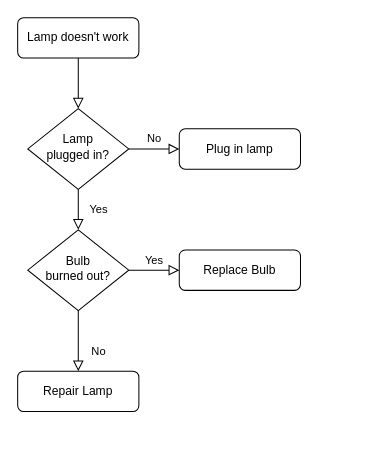
This is Untitled Diagram.drawio from dncarpenter/RockiesLandisCode, a draw.io file, before an edit. Source tidied: cells renumbered, new cells numbered last; positions are measured from the earlier drawing's top-left corner, leaving out a move shared by most shapes. Both pictures are drawn from the tidied source at 101%, with x=0, y=0 at pixel (17, 17).
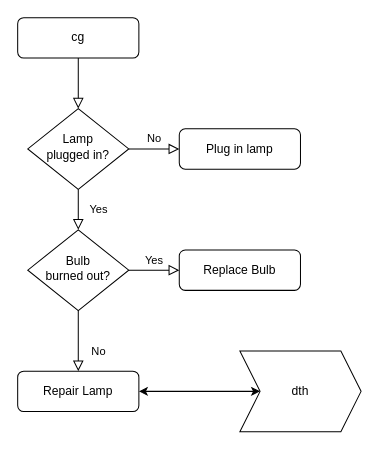
After the change.

Change to the diagram source:
```diff
@@
 <mxGraphModel>
   <root>
     <mxCell id="0" />
     <mxCell id="1" parent="0" />
     <mxCell id="2" style="rounded=0;html=1;jettySize=auto;fontSize=11;endArrow=block;endFill=0;endSize=8;strokeWidth=1;shadow=0;labelBackgroundColor=none;edgeStyle=orthogonalEdgeStyle;" parent="1" edge="1" source="3" target="6">
       <mxGeometry relative="1" as="geometry" />
     </mxCell>
-    <mxCell id="3" value="Lamp doesn't work" style="rounded=1;whiteSpace=wrap;html=1;fontSize=12;glass=0;strokeWidth=1;shadow=0;" parent="1" vertex="1">
+    <mxCell id="3" value="cg" style="rounded=1;whiteSpace=wrap;html=1;fontSize=12;glass=0;strokeWidth=1;shadow=0;" parent="1" vertex="1">
       <mxGeometry width="120" height="40" as="geometry" />
     </mxCell>
     <mxCell id="4" value="Yes" style="rounded=0;html=1;jettySize=auto;fontSize=11;endArrow=block;endFill=0;endSize=8;strokeWidth=1;shadow=0;labelBackgroundColor=none;edgeStyle=orthogonalEdgeStyle;" parent="1" edge="1" source="6" target="10">
       <mxGeometry y="20" relative="1" as="geometry" />
     </mxCell>
     <mxCell id="5" value="No" style="edgeStyle=orthogonalEdgeStyle;rounded=0;html=1;jettySize=auto;fontSize=11;endArrow=block;endFill=0;endSize=8;strokeWidth=1;shadow=0;labelBackgroundColor=none;" parent="1" edge="1" source="6" target="7">
       <mxGeometry y="10" relative="1" as="geometry" />
     </mxCell>
     <mxCell id="6" value="Lamp&lt;br&gt;plugged in?" style="rhombus;whiteSpace=wrap;html=1;shadow=0;fontFamily=Helvetica;fontSize=12;align=center;strokeWidth=1;spacing=6;spacingTop=-4;" parent="1" vertex="1">
       <mxGeometry x="10" y="90" width="100" height="80" as="geometry" />
     </mxCell>
     <mxCell id="7" value="Plug in lamp" style="rounded=1;whiteSpace=wrap;html=1;fontSize=12;glass=0;strokeWidth=1;shadow=0;" parent="1" vertex="1">
       <mxGeometry x="160" y="110" width="120" height="40" as="geometry" />
     </mxCell>
     <mxCell id="8" value="No" style="rounded=0;html=1;jettySize=auto;fontSize=11;endArrow=block;endFill=0;endSize=8;strokeWidth=1;shadow=0;labelBackgroundColor=none;edgeStyle=orthogonalEdgeStyle;" parent="1" edge="1" source="10" target="11">
       <mxGeometry x="0.33" y="20" relative="1" as="geometry" />
     </mxCell>
     <mxCell id="9" value="Yes" style="edgeStyle=orthogonalEdgeStyle;rounded=0;html=1;jettySize=auto;fontSize=11;endArrow=block;endFill=0;endSize=8;strokeWidth=1;shadow=0;labelBackgroundColor=none;" parent="1" edge="1" source="10" target="12">
       <mxGeometry y="10" relative="1" as="geometry" />
     </mxCell>
     <mxCell id="10" value="Bulb&lt;br&gt;burned out?" style="rhombus;whiteSpace=wrap;html=1;shadow=0;fontFamily=Helvetica;fontSize=12;align=center;strokeWidth=1;spacing=6;spacingTop=-4;" parent="1" vertex="1">
       <mxGeometry x="10" y="210" width="100" height="80" as="geometry" />
     </mxCell>
     <mxCell id="11" value="Repair Lamp" style="rounded=1;whiteSpace=wrap;html=1;fontSize=12;glass=0;strokeWidth=1;shadow=0;" parent="1" vertex="1">
       <mxGeometry y="350" width="120" height="40" as="geometry" />
     </mxCell>
     <mxCell id="12" value="Replace Bulb" style="rounded=1;whiteSpace=wrap;html=1;fontSize=12;glass=0;strokeWidth=1;shadow=0;" parent="1" vertex="1">
       <mxGeometry x="160" y="230" width="120" height="40" as="geometry" />
     </mxCell>
+    <mxCell id="13" value="dth" style="shape=step;perimeter=stepPerimeter;whiteSpace=wrap;html=1;fixedSize=1;" parent="1" vertex="1">
+      <mxGeometry x="220" y="330" width="120" height="80" as="geometry" />
+    </mxCell>
+    <mxCell id="14" style="endArrow=classic;startArrow=classic;html=1;entryX=0;entryY=0.5;entryDx=0;entryDy=0;exitX=1;exitY=0.5;exitDx=0;exitDy=0;" parent="1" edge="1" source="11" target="13">
+      <mxGeometry relative="1" as="geometry" />
+    </mxCell>
   </root>
 </mxGraphModel>
```
